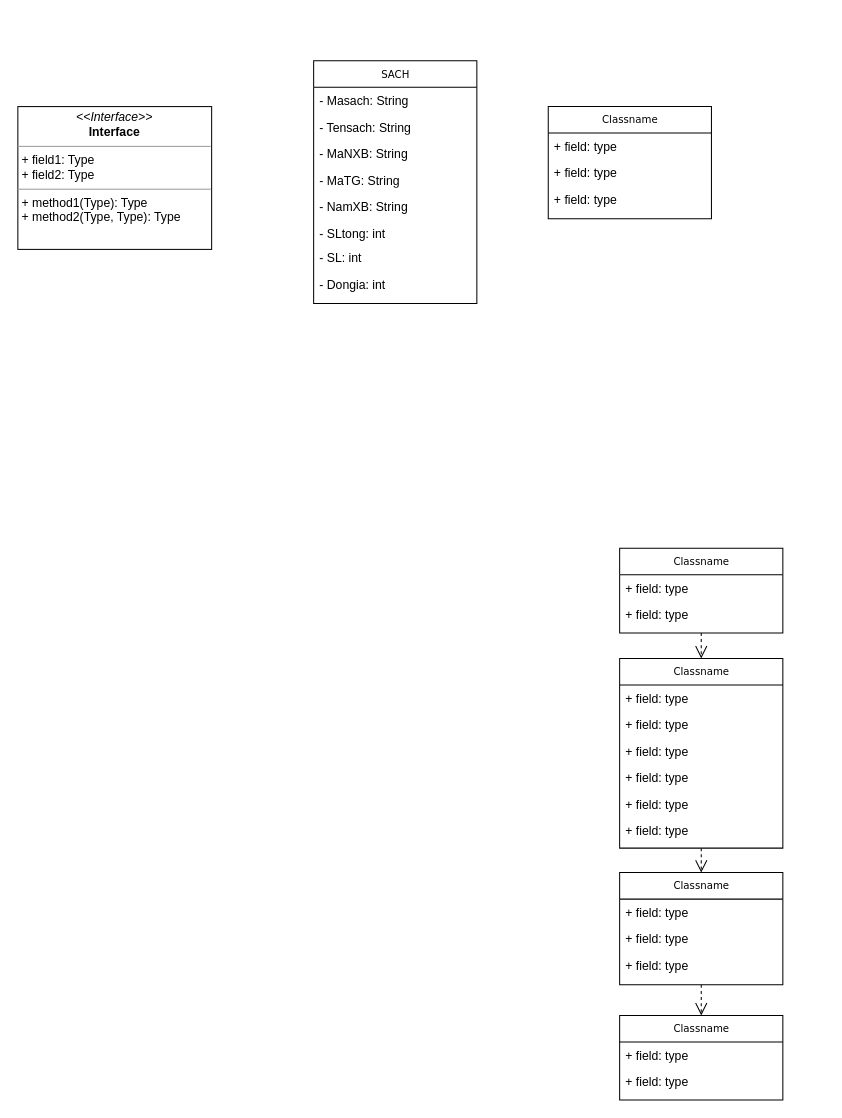
Before: QLTV.drawio in HuyLuong2002/QLTV-GUI, a draw.io diagram. Source tidied: cells renumbered, new cells numbered last; positions are measured from the earlier drawing's top-left corner, leaving out a move shared by most shapes. Both pictures are drawn from the tidied source at 102%, with x=0, y=0 at pixel (17, 60).
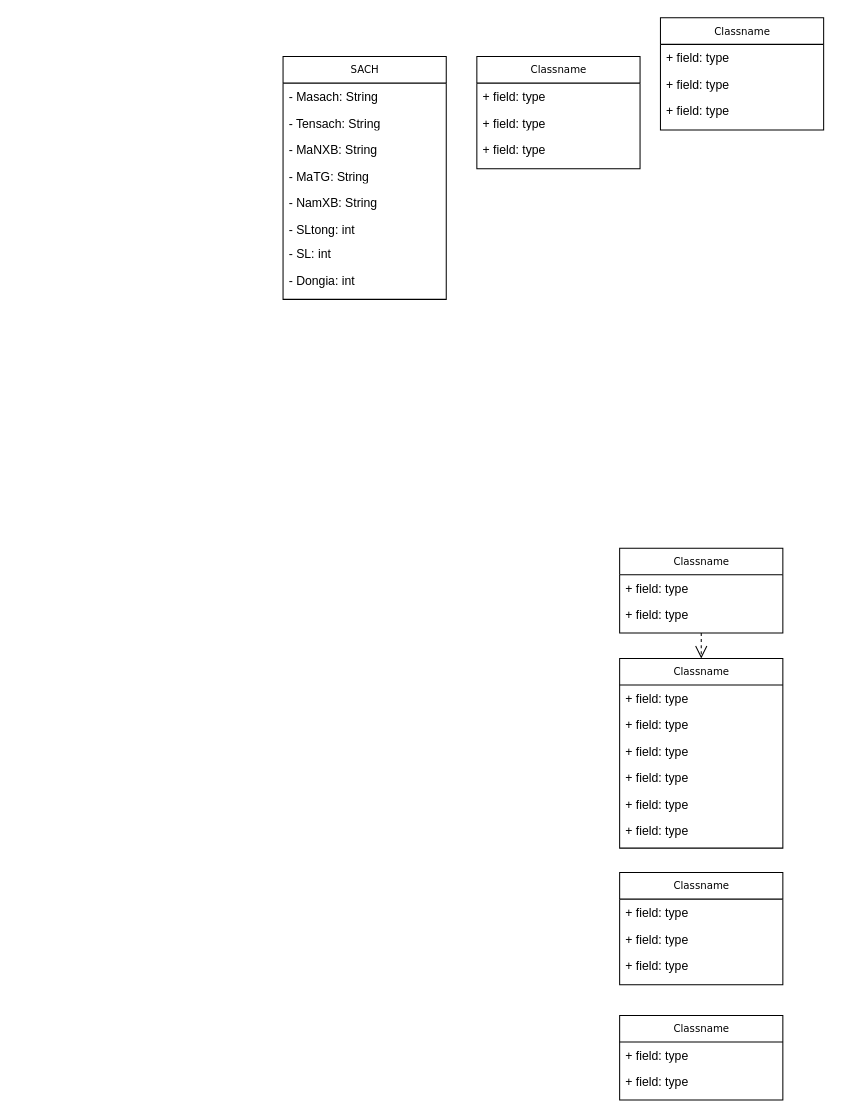
After the change.

The change refers to these unchanged cells:
```xml
<mxCell id="3" value="Classname" style="swimlane;html=1;fontStyle=0;horizontal=1;startSize=26;fillColor=none;swimlaneFillColor=#ffffff;rounded=0;shadow=0;comic=0;labelBackgroundColor=none;strokeWidth=1;fontFamily=Verdana;fontSize=10;align=center;" parent="1" vertex="1">
  <mxGeometry x="590" y="586" width="160" height="186" as="geometry" />
</mxCell>
<mxCell id="23" value="Classname" style="swimlane;html=1;fontStyle=0;horizontal=1;startSize=26;fillColor=none;swimlaneFillColor=#ffffff;rounded=0;shadow=0;comic=0;labelBackgroundColor=none;strokeWidth=1;fontFamily=Verdana;fontSize=10;align=center;" parent="1" vertex="1">
  <mxGeometry x="590" y="936" width="160" height="83" as="geometry" />
</mxCell>
<mxCell id="27" value="Classname" style="swimlane;html=1;fontStyle=0;horizontal=1;startSize=26;fillColor=none;swimlaneFillColor=#ffffff;rounded=0;shadow=0;comic=0;labelBackgroundColor=none;strokeWidth=1;fontFamily=Verdana;fontSize=10;align=center;" parent="1" vertex="1">
  <mxGeometry x="590" y="796" width="160" height="110" as="geometry" />
</mxCell>
```

The edit, as a diff of the source:
```diff
@@
-    <mxCell id="2" style="edgeStyle=orthogonalEdgeStyle;rounded=0;html=1;dashed=1;labelBackgroundColor=none;startFill=0;endArrow=open;endFill=0;endSize=10;fontFamily=Verdana;fontSize=10;" parent="1" edge="1" source="3" target="27">
-      <mxGeometry relative="1" as="geometry" />
-    </mxCell>
@@
     <mxCell id="10" value="SACH" style="swimlane;html=1;fontStyle=0;horizontal=1;startSize=26;fillColor=none;swimlaneFillColor=#ffffff;rounded=0;shadow=0;comic=0;labelBackgroundColor=none;strokeWidth=1;fontFamily=Verdana;fontSize=10;align=center;" parent="1" vertex="1">
-      <mxGeometry x="290" width="160" height="238" as="geometry" />
+      <mxGeometry x="260" y="-4" width="160" height="238" as="geometry" />
     </mxCell>
@@
     <mxCell id="19" value="Classname" style="swimlane;html=1;fontStyle=0;horizontal=1;startSize=26;fillColor=none;swimlaneFillColor=#ffffff;rounded=0;shadow=0;comic=0;labelBackgroundColor=none;strokeWidth=1;fontFamily=Verdana;fontSize=10;align=center;" parent="1" vertex="1">
-      <mxGeometry x="520" y="45" width="160" height="110" as="geometry" />
+      <mxGeometry x="630" y="-42" width="160" height="110" as="geometry" />
     </mxCell>
@@
-    <mxCell id="26" style="edgeStyle=orthogonalEdgeStyle;rounded=0;html=1;dashed=1;labelBackgroundColor=none;startFill=0;endArrow=open;endFill=0;endSize=10;fontFamily=Verdana;fontSize=10;" parent="1" edge="1" source="27" target="23">
-      <mxGeometry relative="1" as="geometry" />
-    </mxCell>
@@
-    <mxCell id="35" value="&lt;p style=&quot;margin:0px;margin-top:4px;text-align:center;&quot;&gt;&lt;i&gt;&amp;lt;&amp;lt;Interface&amp;gt;&amp;gt;&lt;/i&gt;&lt;br/&gt;&lt;b&gt;Interface&lt;/b&gt;&lt;/p&gt;&lt;hr size=&quot;1&quot;/&gt;&lt;p style=&quot;margin:0px;margin-left:4px;&quot;&gt;+ field1: Type&lt;br/&gt;+ field2: Type&lt;/p&gt;&lt;hr size=&quot;1&quot;/&gt;&lt;p style=&quot;margin:0px;margin-left:4px;&quot;&gt;+ method1(Type): Type&lt;br/&gt;+ method2(Type, Type): Type&lt;/p&gt;" style="verticalAlign=top;align=left;overflow=fill;fontSize=12;fontFamily=Helvetica;html=1;rounded=0;shadow=0;comic=0;labelBackgroundColor=none;strokeWidth=1;" parent="1" vertex="1">
-      <mxGeometry y="45" width="190" height="140" as="geometry" />
-    </mxCell>
+    <mxCell id="36" value="Classname" style="swimlane;html=1;fontStyle=0;horizontal=1;startSize=26;fillColor=none;swimlaneFillColor=#ffffff;rounded=0;shadow=0;comic=0;labelBackgroundColor=none;strokeWidth=1;fontFamily=Verdana;fontSize=10;align=center;" parent="1" vertex="1">
+      <mxGeometry x="450" y="-4" width="160" height="110" as="geometry" />
+    </mxCell>
+    <mxCell id="37" value="+ field: type" style="text;html=1;strokeColor=none;fillColor=none;align=left;verticalAlign=top;spacingLeft=4;spacingRight=4;whiteSpace=wrap;overflow=hidden;" parent="36" vertex="1">
+      <mxGeometry y="26" width="160" height="26" as="geometry" />
+    </mxCell>
+    <mxCell id="38" value="+ field: type" style="text;html=1;strokeColor=none;fillColor=none;align=left;verticalAlign=top;spacingLeft=4;spacingRight=4;whiteSpace=wrap;overflow=hidden;" parent="36" vertex="1">
+      <mxGeometry y="52" width="160" height="26" as="geometry" />
+    </mxCell>
+    <mxCell id="39" value="+ field: type" style="text;html=1;strokeColor=none;fillColor=none;align=left;verticalAlign=top;spacingLeft=4;spacingRight=4;whiteSpace=wrap;overflow=hidden;" parent="36" vertex="1">
+      <mxGeometry y="78" width="160" height="26" as="geometry" />
+    </mxCell>
```
